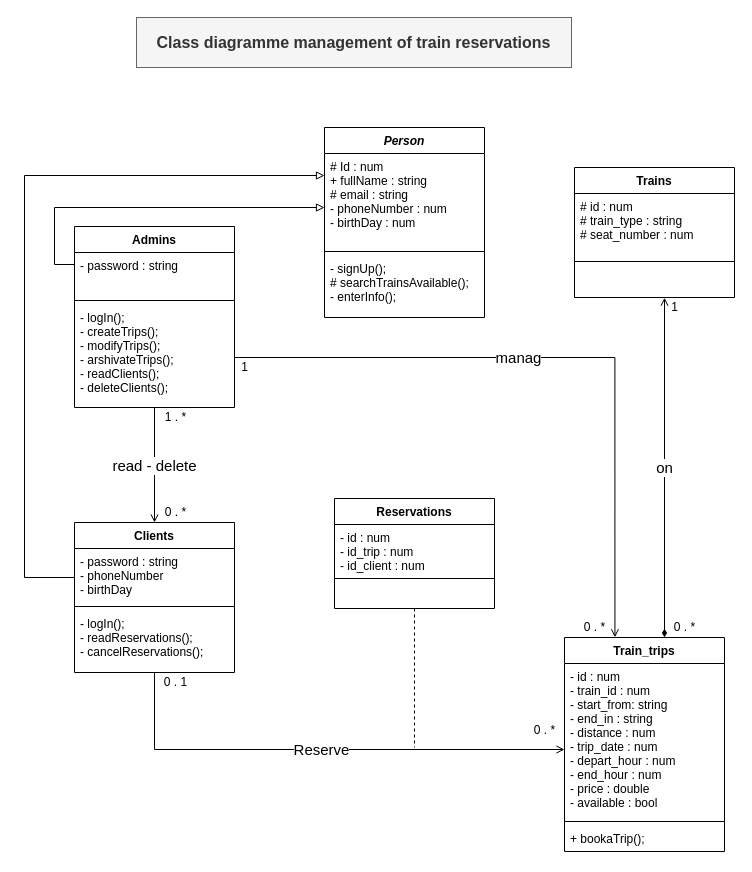
Above: UML/diagram-class.drawio in daalimouhcine/Mon_Organisateur (draw.io), before the change. Source tidied: cells renumbered, new cells numbered last; positions are measured from the earlier drawing's top-left corner, leaving out a move shared by most shapes. Both pictures are drawn from the tidied source at 100%, with x=0, y=0 at pixel (24, 17).
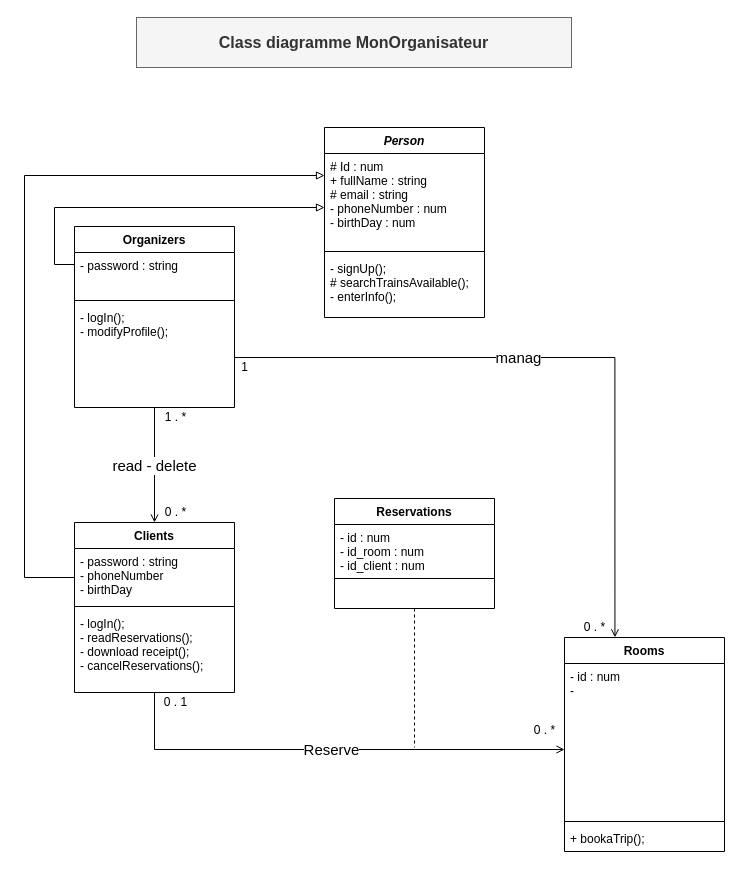
The same page after the edit.

Commit message:
modify diagram of classes

Unchanged cells that the change refers to:
```xml
<mxCell id="27" value="Reservations" style="swimlane;fontStyle=1;align=center;verticalAlign=top;horizontal=1;startSize=26;" parent="1" vertex="1">
  <mxGeometry x="310" y="481" width="160" height="110" as="geometry" />
</mxCell>
```

Diff of the diagram source:
```diff
@@
     <mxCell id="6" value="Clients" style="swimlane;fontStyle=1;align=center;verticalAlign=top;horizontal=1;startSize=26;rounded=0;shadow=0;strokeWidth=1;" parent="1" vertex="1">
-      <mxGeometry x="50" y="505" width="160" height="150" as="geometry" />
+      <mxGeometry x="50" y="505" width="160" height="170" as="geometry" />
     </mxCell>
@@
-    <mxCell id="9" value="- logIn();&#10;- readReservations();&#10;- cancelReservations();&#10;" style="text;align=left;verticalAlign=top;spacingLeft=4;spacingRight=4;overflow=hidden;" parent="6" vertex="1">
-      <mxGeometry y="88" width="160" height="62" as="geometry" />
+    <mxCell id="9" value="- logIn();&#10;- readReservations();&#10;- download receipt();&#10;- cancelReservations();&#10;" style="text;align=left;verticalAlign=top;spacingLeft=4;spacingRight=4;overflow=hidden;" parent="6" vertex="1">
+      <mxGeometry y="88" width="160" height="82" as="geometry" />
     </mxCell>
-    <mxCell id="10" value="&lt;font style=&quot;font-size: 15px&quot;&gt;on&lt;/font&gt;" style="edgeStyle=orthogonalEdgeStyle;rounded=0;jettySize=auto;html=1;endArrow=open;endFill=0;entryX=0;entryY=0.01;entryDx=0;entryDy=0;entryPerimeter=0;startArrow=diamondThin;startFill=1;" parent="1" edge="1" source="11" target="38">
-      <mxGeometry relative="1" as="geometry">
-        <Array as="points">
-          <mxPoint x="640" y="280" />
-          <mxPoint x="640" y="280" />
-        </Array>
-      </mxGeometry>
-    </mxCell>
-    <mxCell id="11" value="Train_trips" style="swimlane;fontStyle=1;align=center;verticalAlign=top;horizontal=1;startSize=26;rounded=0;shadow=0;strokeWidth=1;" parent="1" vertex="1">
+    <mxCell id="11" value="Rooms" style="swimlane;fontStyle=1;align=center;verticalAlign=top;horizontal=1;startSize=26;rounded=0;shadow=0;strokeWidth=1;" parent="1" vertex="1">
       <mxGeometry x="540" y="620" width="160" height="214" as="geometry" />
     </mxCell>
-    <mxCell id="12" value="- id : num&#10;- train_id : num&#10;- start_from: string&#10;- end_in : string&#10;- distance : num&#10;- trip_date : num&#10;- depart_hour : num&#10;- end_hour : num&#10;- price : double&#10;- available : bool" style="text;align=left;verticalAlign=top;spacingLeft=4;spacingRight=4;overflow=hidden;rounded=0;shadow=0;html=0;" parent="11" vertex="1">
+    <mxCell id="12" value="- id : num&#10;- " style="text;align=left;verticalAlign=top;spacingLeft=4;spacingRight=4;overflow=hidden;rounded=0;shadow=0;html=0;" parent="11" vertex="1">
       <mxGeometry y="26" width="160" height="154" as="geometry" />
     </mxCell>
@@
-    <mxCell id="16" value="Admins" style="swimlane;fontStyle=1;align=center;verticalAlign=top;horizontal=1;startSize=26;rounded=0;shadow=0;strokeWidth=1;" parent="1" vertex="1">
+    <mxCell id="16" value="Organizers" style="swimlane;fontStyle=1;align=center;verticalAlign=top;horizontal=1;startSize=26;rounded=0;shadow=0;strokeWidth=1;" parent="1" vertex="1">
       <mxGeometry x="50" y="209" width="160" height="181" as="geometry" />
     </mxCell>
@@
-    <mxCell id="19" value="- logIn();&#10;- createTrips();&#10;- modifyTrips();&#10;- arshivateTrips();&#10;- readClients();&#10;- deleteClients();" style="text;align=left;verticalAlign=top;spacingLeft=4;spacingRight=4;overflow=hidden;fontStyle=0;" parent="16" vertex="1">
+    <mxCell id="19" value="- logIn();&#10;- modifyProfile();" style="text;align=left;verticalAlign=top;spacingLeft=4;spacingRight=4;overflow=hidden;fontStyle=0;" parent="16" vertex="1">
       <mxGeometry y="78" width="160" height="92" as="geometry" />
     </mxCell>
@@
-    <mxCell id="28" value="- id : num&#10;- id_trip : num&#10;- id_client : num&#10;" style="text;strokeColor=none;fillColor=none;align=left;verticalAlign=top;spacingLeft=4;spacingRight=4;overflow=hidden;" parent="27" vertex="1">
+    <mxCell id="28" value="- id : num&#10;- id_room : num&#10;- id_client : num&#10;" style="text;strokeColor=none;fillColor=none;align=left;verticalAlign=top;spacingLeft=4;spacingRight=4;overflow=hidden;" parent="27" vertex="1">
       <mxGeometry y="26" width="160" height="50" as="geometry" />
     </mxCell>
@@
-    <mxCell id="31" value="Trains" style="swimlane;fontStyle=1;align=center;verticalAlign=top;horizontal=1;startSize=26;rounded=0;shadow=0;strokeWidth=1;" parent="1" vertex="1">
-      <mxGeometry x="550" y="150" width="160" height="130" as="geometry" />
-    </mxCell>
-    <mxCell id="32" value="# id : num&#10;# train_type : string&#10;# seat_number : num" style="text;align=left;verticalAlign=top;spacingLeft=4;spacingRight=4;overflow=hidden;rounded=0;shadow=0;html=0;" parent="31" vertex="1">
-      <mxGeometry y="26" width="160" height="64" as="geometry" />
-    </mxCell>
-    <mxCell id="33" style="line;html=1;strokeWidth=1;align=left;verticalAlign=middle;spacingTop=-1;spacingLeft=3;spacingRight=3;labelPosition=right;" parent="31" vertex="1">
-      <mxGeometry y="90" width="160" height="8" as="geometry" />
-    </mxCell>
@@
     <mxCell id="35" value="0 . 1" style="text;html=1;align=center;verticalAlign=middle;strokeColor=none;fillColor=none;" parent="1" vertex="1">
-      <mxGeometry x="131" y="655" width="40" height="20" as="geometry" />
+      <mxGeometry x="131" y="675" width="40" height="20" as="geometry" />
     </mxCell>
@@
-    <mxCell id="37" value="0 . *" style="text;html=1;align=center;verticalAlign=middle;strokeColor=none;fillColor=none;" parent="1" vertex="1">
-      <mxGeometry x="640" y="600" width="40" height="20" as="geometry" />
-    </mxCell>
-    <mxCell id="38" value="1" style="text;html=1;align=center;verticalAlign=middle;points=[];strokeColor=none;fillColor=none;" parent="1" vertex="1">
-      <mxGeometry x="640" y="280" width="20" height="20" as="geometry" />
-    </mxCell>
@@
-    <mxCell id="40" value="&lt;font style=&quot;font-size: 16px&quot;&gt;&lt;b&gt;Class diagramme&amp;nbsp;management of train reservations&lt;/b&gt;&lt;/font&gt;" style="text;html=1;strokeColor=#666666;fillColor=#f5f5f5;align=center;verticalAlign=middle;whiteSpace=wrap;rounded=0;fontColor=#333333;" parent="1" vertex="1">
+    <mxCell id="40" value="&lt;font style=&quot;font-size: 16px&quot;&gt;&lt;b&gt;Class diagramme MonOrganisateur&lt;/b&gt;&lt;/font&gt;" style="text;html=1;strokeColor=#666666;fillColor=#f5f5f5;align=center;verticalAlign=middle;whiteSpace=wrap;rounded=0;fontColor=#333333;" parent="1" vertex="1">
       <mxGeometry x="112" width="435" height="50" as="geometry" />
     </mxCell>
```
